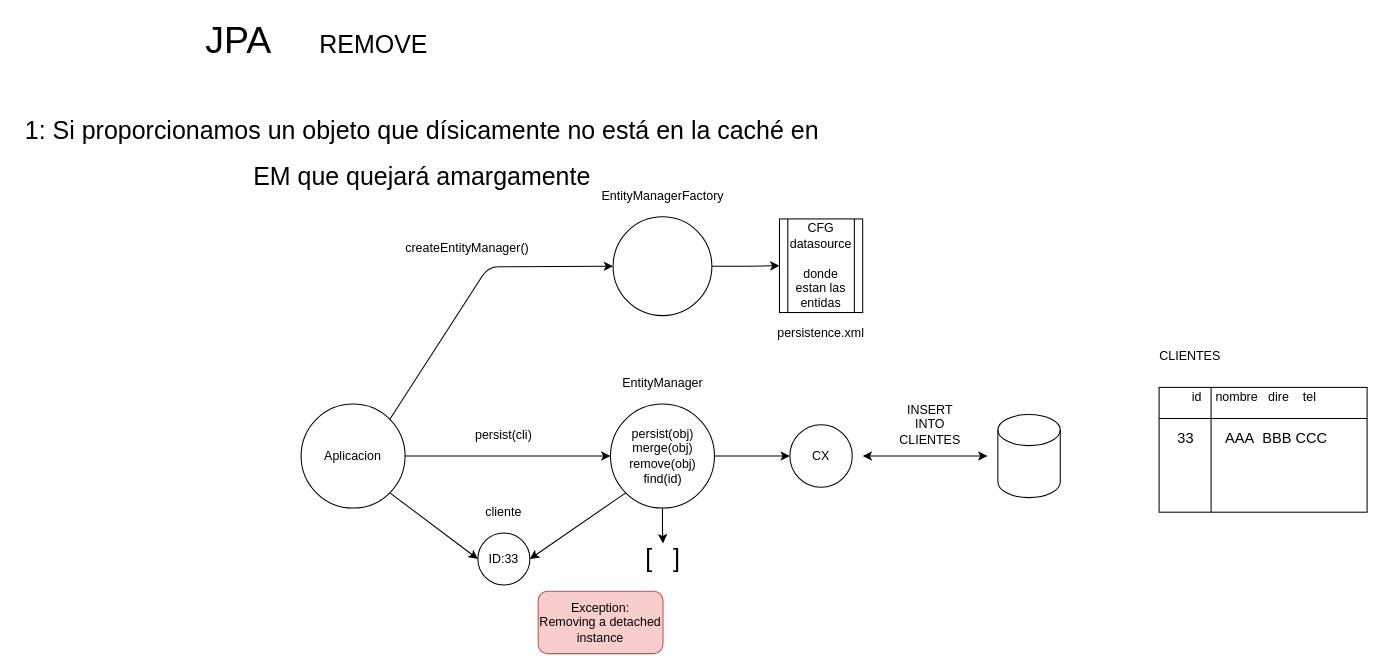
Above: page "Copia de Copia de Página-3" (7 of 17) of diagramas.drawio in lrag/Hibernate_JPA (draw.io), before the change. Source tidied: cells renumbered, new cells numbered last; positions are measured from the earlier drawing's top-left corner, leaving out a move shared by most shapes. Both pictures are drawn from the tidied source at 104%, with x=0, y=0 at pixel (18, 24).
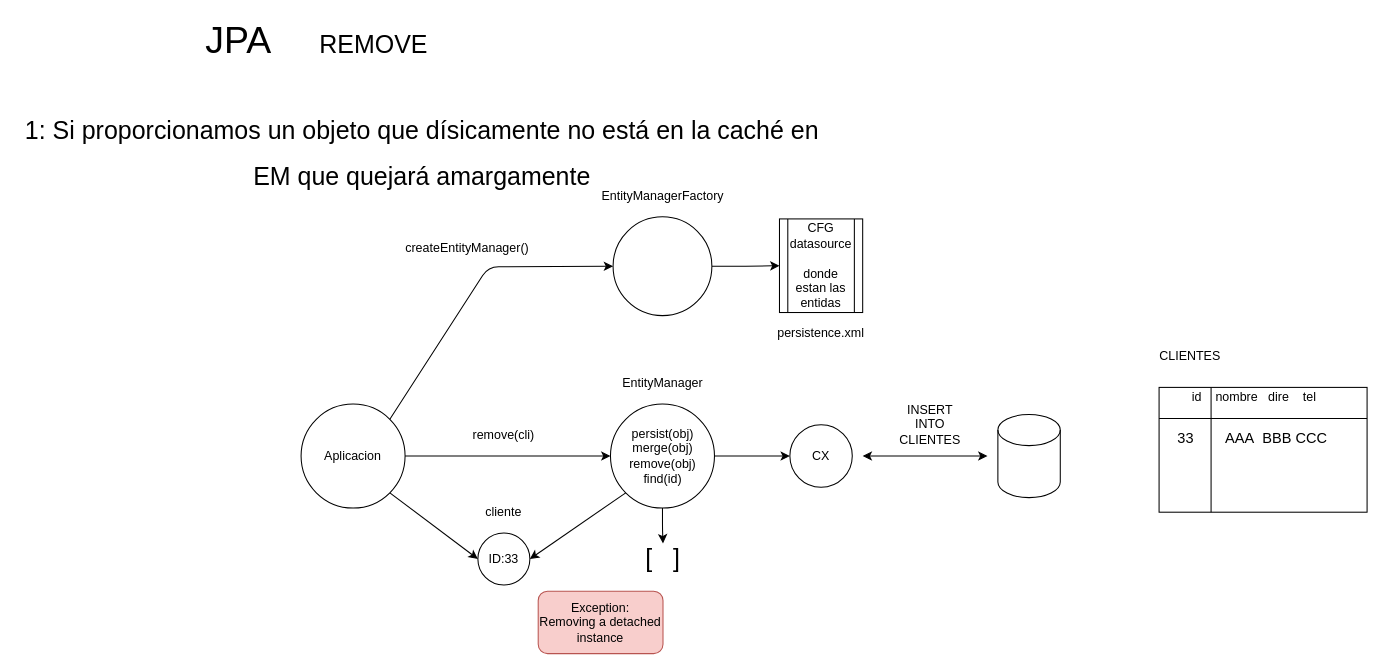
After the change.

What changed in the source:
```diff
@@
-    <mxCell id="21" value="persist(cli)" style="text;html=1;strokeColor=none;fillColor=none;align=center;verticalAlign=middle;whiteSpace=wrap;rounded=0;" parent="1" vertex="1">
+    <mxCell id="21" value="remove(cli)" style="text;html=1;strokeColor=none;fillColor=none;align=center;verticalAlign=middle;whiteSpace=wrap;rounded=0;" parent="1" vertex="1">
       <mxGeometry x="447" y="385" width="40" height="20" as="geometry" />
     </mxCell>
```
